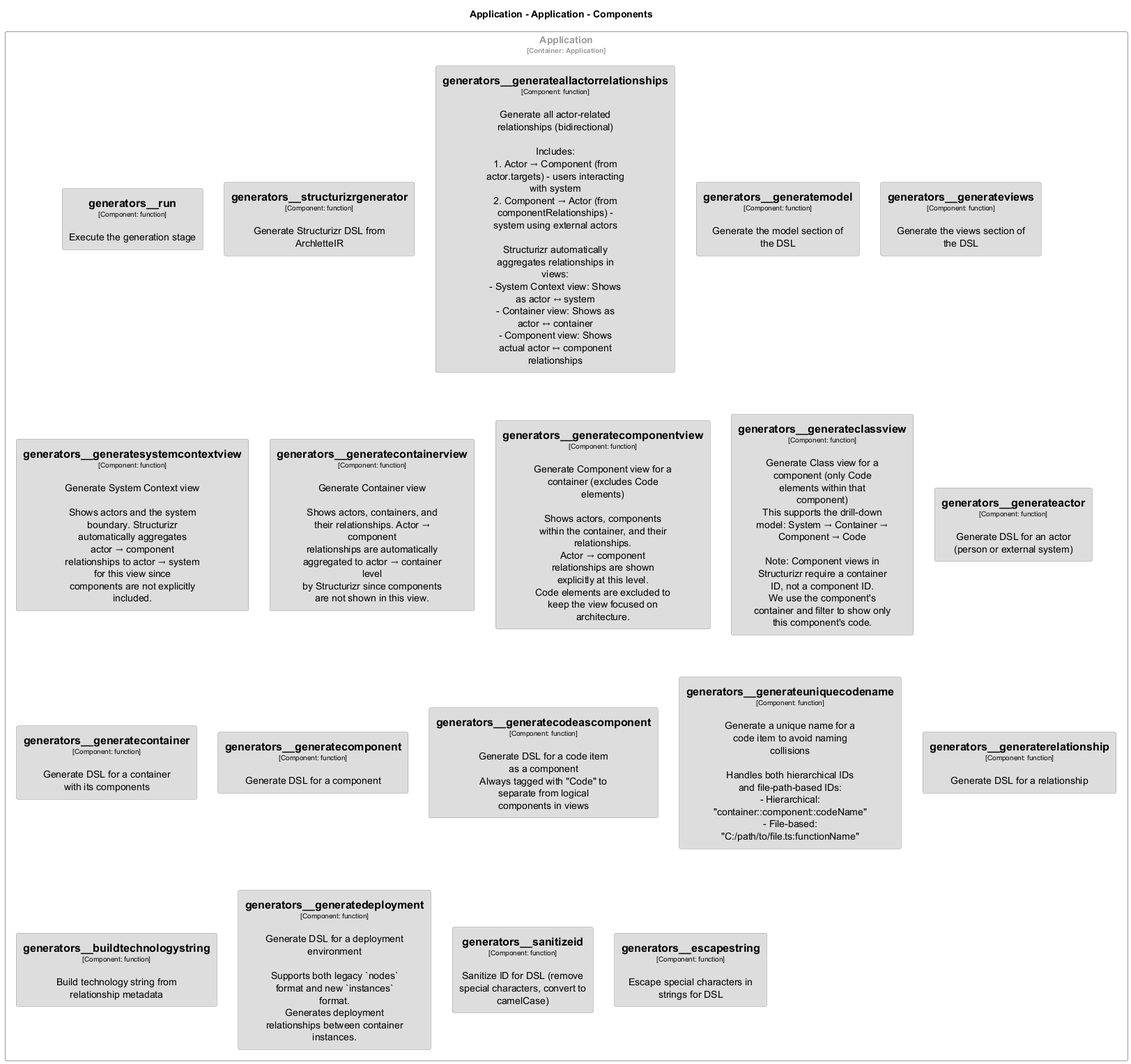
This is docs/architecture/diagrams/structurizr-Classes_default_container__generators.png from chrislyons-dev/archlette, a PlantUML export, as it was before one commit.
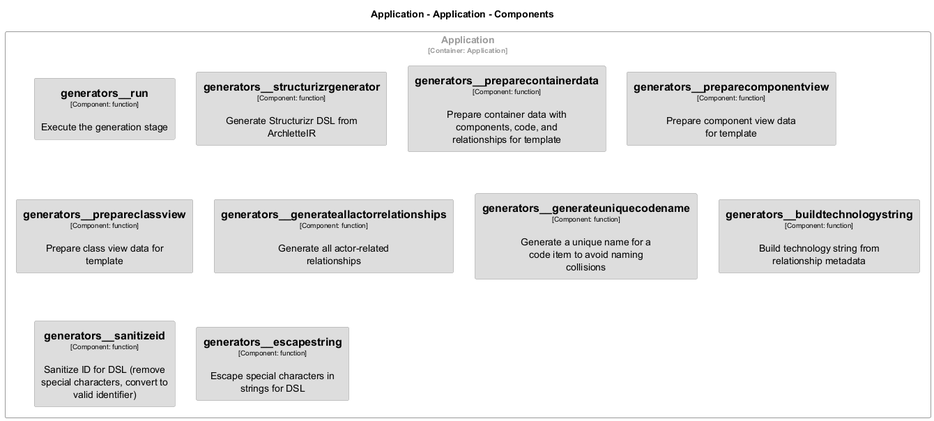
After the commit.

Change to the diagram source:
```diff
@@ -27,73 +27,7 @@
   BorderColor #9a9a9a
   shadowing false
 }
-skinparam rectangle<<Application.Application.generators__generateactor>> {
-  BackgroundColor #dddddd
-  FontColor #000000
-  BorderColor #9a9a9a
-  shadowing false
-}
 skinparam rectangle<<Application.Application.generators__generateallactorrelationships>> {
-  BackgroundColor #dddddd
-  FontColor #000000
-  BorderColor #9a9a9a
-  shadowing false
-}
-skinparam rectangle<<Application.Application.generators__generateclassview>> {
-  BackgroundColor #dddddd
-  FontColor #000000
-  BorderColor #9a9a9a
-  shadowing false
-}
-skinparam rectangle<<Application.Application.generators__generatecodeascomponent>> {
-  BackgroundColor #dddddd
-  FontColor #000000
-  BorderColor #9a9a9a
-  shadowing false
-}
-skinparam rectangle<<Application.Application.generators__generatecomponent>> {
-  BackgroundColor #dddddd
-  FontColor #000000
-  BorderColor #9a9a9a
-  shadowing false
-}
-skinparam rectangle<<Application.Application.generators__generatecomponentview>> {
-  BackgroundColor #dddddd
-  FontColor #000000
-  BorderColor #9a9a9a
-  shadowing false
-}
-skinparam rectangle<<Application.Application.generators__generatecontainer>> {
-  BackgroundColor #dddddd
-  FontColor #000000
-  BorderColor #9a9a9a
-  shadowing false
-}
-skinparam rectangle<<Application.Application.generators__generatecontainerview>> {
-  BackgroundColor #dddddd
-  FontColor #000000
-  BorderColor #9a9a9a
-  shadowing false
-}
-skinparam rectangle<<Application.Application.generators__generatedeployment>> {
-  BackgroundColor #dddddd
-  FontColor #000000
-  BorderColor #9a9a9a
-  shadowing false
-}
-skinparam rectangle<<Application.Application.generators__generatemodel>> {
-  BackgroundColor #dddddd
-  FontColor #000000
-  BorderColor #9a9a9a
-  shadowing false
-}
-skinparam rectangle<<Application.Application.generators__generaterelationship>> {
-  BackgroundColor #dddddd
-  FontColor #000000
-  BorderColor #9a9a9a
-  shadowing false
-}
-skinparam rectangle<<Application.Application.generators__generatesystemcontextview>> {
   BackgroundColor #dddddd
   FontColor #000000
   BorderColor #9a9a9a
@@ -105,7 +39,19 @@
   BorderColor #9a9a9a
   shadowing false
 }
-skinparam rectangle<<Application.Application.generators__generateviews>> {
+skinparam rectangle<<Application.Application.generators__prepareclassview>> {
+  BackgroundColor #dddddd
+  FontColor #000000
+  BorderColor #9a9a9a
+  shadowing false
+}
+skinparam rectangle<<Application.Application.generators__preparecomponentview>> {
+  BackgroundColor #dddddd
+  FontColor #000000
+  BorderColor #9a9a9a
+  shadowing false
+}
+skinparam rectangle<<Application.Application.generators__preparecontainerdata>> {
   BackgroundColor #dddddd
   FontColor #000000
   BorderColor #9a9a9a
@@ -138,22 +84,13 @@
 rectangle "Application\n<size:10>[Container: Application]</size>" <<Application.Application>> {
   rectangle "==generators__run\n<size:10>[Component: function]</size>\n\nExecute the generation stage" <<Application.Application.generators__run>> as Application.Application.generators__run
   rectangle "==generators__structurizrgenerator\n<size:10>[Component: function]</size>\n\nGenerate Structurizr DSL from ArchletteIR" <<Application.Application.generators__structurizrgenerator>> as Application.Application.generators__structurizrgenerator
-  rectangle "==generators__generateallactorrelationships\n<size:10>[Component: function]</size>\n\nGenerate all actor-related relationships (bidirectional)\n\nIncludes:\n1. Actor → Component (from actor.targets) - users interacting with system\n2. Component → Actor (from componentRelationships) - system using external actors\n\nStructurizr automatically aggregates relationships in views:\n- System Context view: Shows as actor ↔ system\n- Container view: Shows as actor ↔ container\n- Component view: Shows actual actor ↔ component relationships" <<Application.Application.generators__generateallactorrelationships>> as Application.Application.generators__generateallactorrelationships
-  rectangle "==generators__generatemodel\n<size:10>[Component: function]</size>\n\nGenerate the model section of the DSL" <<Application.Application.generators__generatemodel>> as Application.Application.generators__generatemodel
-  rectangle "==generators__generateviews\n<size:10>[Component: function]</size>\n\nGenerate the views section of the DSL" <<Application.Application.generators__generateviews>> as Application.Application.generators__generateviews
-  rectangle "==generators__generatesystemcontextview\n<size:10>[Component: function]</size>\n\nGenerate System Context view\n\nShows actors and the system boundary. Structurizr automatically aggregates\nactor → component relationships to actor → system for this view since\ncomponents are not explicitly included." <<Application.Application.generators__generatesystemcontextview>> as Application.Application.generators__generatesystemcontextview
-  rectangle "==generators__generatecontainerview\n<size:10>[Component: function]</size>\n\nGenerate Container view\n\nShows actors, containers, and their relationships. Actor → component\nrelationships are automatically aggregated to actor → container level\nby Structurizr since components are not shown in this view." <<Application.Application.generators__generatecontainerview>> as Application.Application.generators__generatecontainerview
-  rectangle "==generators__generatecomponentview\n<size:10>[Component: function]</size>\n\nGenerate Component view for a container (excludes Code elements)\n\nShows actors, components within the container, and their relationships.\nActor → component relationships are shown explicitly at this level.\nCode elements are excluded to keep the view focused on architecture." <<Application.Application.generators__generatecomponentview>> as Application.Application.generators__generatecomponentview
-  rectangle "==generators__generateclassview\n<size:10>[Component: function]</size>\n\nGenerate Class view for a component (only Code elements within that component)\nThis supports the drill-down model: System → Container → Component → Code\n\nNote: Component views in Structurizr require a container ID, not a component ID.\nWe use the component's container and filter to show only this component's code." <<Application.Application.generators__generateclassview>> as Application.Application.generators__generateclassview
-  rectangle "==generators__generateactor\n<size:10>[Component: function]</size>\n\nGenerate DSL for an actor (person or external system)" <<Application.Application.generators__generateactor>> as Application.Application.generators__generateactor
-  rectangle "==generators__generatecontainer\n<size:10>[Component: function]</size>\n\nGenerate DSL for a container with its components" <<Application.Application.generators__generatecontainer>> as Application.Application.generators__generatecontainer
-  rectangle "==generators__generatecomponent\n<size:10>[Component: function]</size>\n\nGenerate DSL for a component" <<Application.Application.generators__generatecomponent>> as Application.Application.generators__generatecomponent
-  rectangle "==generators__generatecodeascomponent\n<size:10>[Component: function]</size>\n\nGenerate DSL for a code item as a component\nAlways tagged with "Code" to separate from logical components in views" <<Application.Application.generators__generatecodeascomponent>> as Application.Application.generators__generatecodeascomponent
-  rectangle "==generators__generateuniquecodename\n<size:10>[Component: function]</size>\n\nGenerate a unique name for a code item to avoid naming collisions\n\nHandles both hierarchical IDs and file-path-based IDs:\n- Hierarchical: "container::component::codeName"\n- File-based: "C:/path/to/file.ts:functionName"" <<Application.Application.generators__generateuniquecodename>> as Application.Application.generators__generateuniquecodename
-  rectangle "==generators__generaterelationship\n<size:10>[Component: function]</size>\n\nGenerate DSL for a relationship" <<Application.Application.generators__generaterelationship>> as Application.Application.generators__generaterelationship
+  rectangle "==generators__preparecontainerdata\n<size:10>[Component: function]</size>\n\nPrepare container data with components, code, and relationships for template" <<Application.Application.generators__preparecontainerdata>> as Application.Application.generators__preparecontainerdata
+  rectangle "==generators__preparecomponentview\n<size:10>[Component: function]</size>\n\nPrepare component view data for template" <<Application.Application.generators__preparecomponentview>> as Application.Application.generators__preparecomponentview
+  rectangle "==generators__prepareclassview\n<size:10>[Component: function]</size>\n\nPrepare class view data for template" <<Application.Application.generators__prepareclassview>> as Application.Application.generators__prepareclassview
+  rectangle "==generators__generateallactorrelationships\n<size:10>[Component: function]</size>\n\nGenerate all actor-related relationships" <<Application.Application.generators__generateallactorrelationships>> as Application.Application.generators__generateallactorrelationships
+  rectangle "==generators__generateuniquecodename\n<size:10>[Component: function]</size>\n\nGenerate a unique name for a code item to avoid naming collisions" <<Application.Application.generators__generateuniquecodename>> as Application.Application.generators__generateuniquecodename
   rectangle "==generators__buildtechnologystring\n<size:10>[Component: function]</size>\n\nBuild technology string from relationship metadata" <<Application.Application.generators__buildtechnologystring>> as Application.Application.generators__buildtechnologystring
-  rectangle "==generators__generatedeployment\n<size:10>[Component: function]</size>\n\nGenerate DSL for a deployment environment\n\nSupports both legacy `nodes` format and new `instances` format.\nGenerates deployment relationships between container instances." <<Application.Application.generators__generatedeployment>> as Application.Application.generators__generatedeployment
-  rectangle "==generators__sanitizeid\n<size:10>[Component: function]</size>\n\nSanitize ID for DSL (remove special characters, convert to camelCase)" <<Application.Application.generators__sanitizeid>> as Application.Application.generators__sanitizeid
+  rectangle "==generators__sanitizeid\n<size:10>[Component: function]</size>\n\nSanitize ID for DSL (remove special characters, convert to valid identifier)" <<Application.Application.generators__sanitizeid>> as Application.Application.generators__sanitizeid
   rectangle "==generators__escapestring\n<size:10>[Component: function]</size>\n\nEscape special characters in strings for DSL" <<Application.Application.generators__escapestring>> as Application.Application.generators__escapestring
 }
 
```
